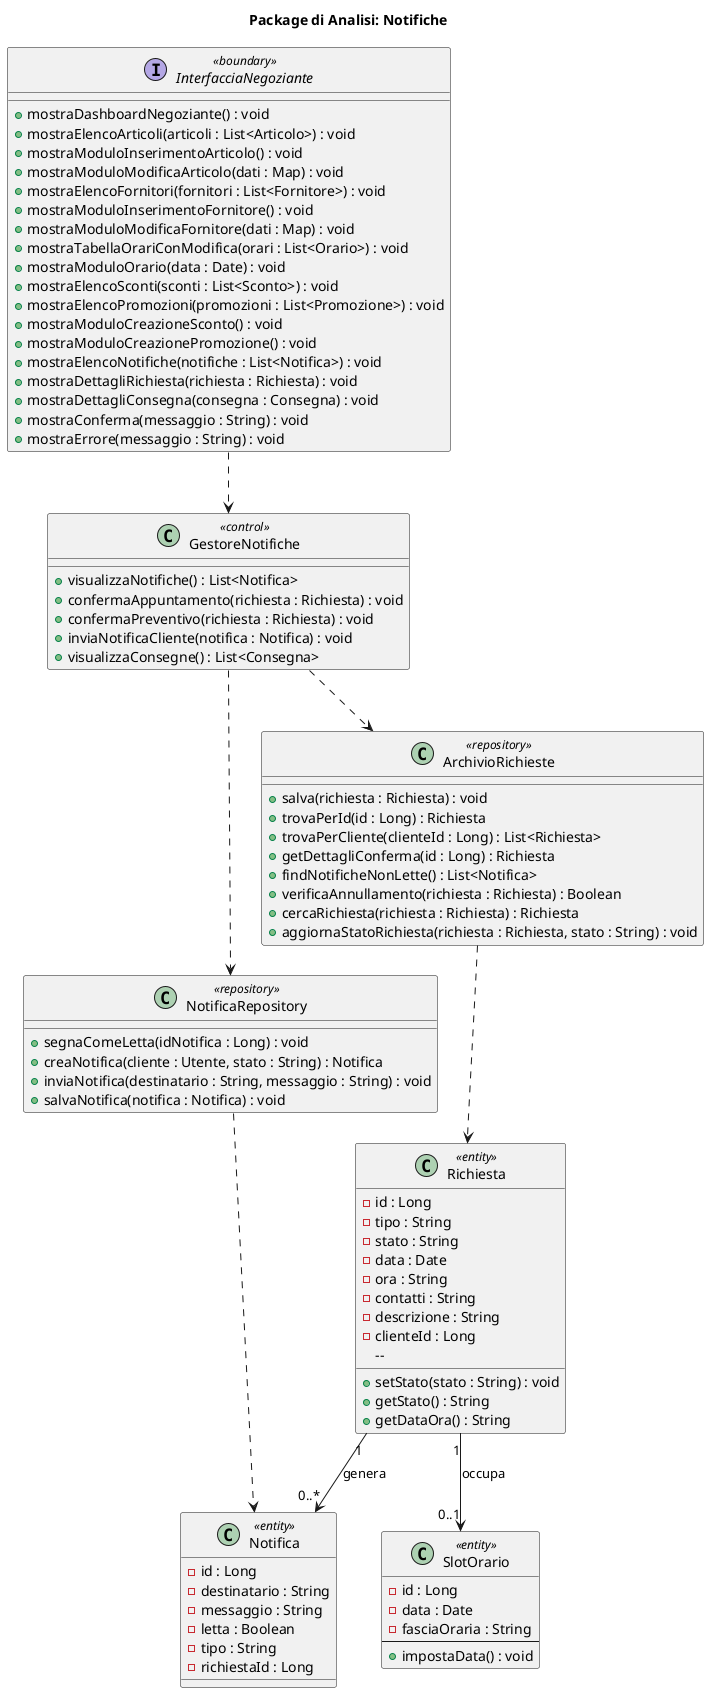
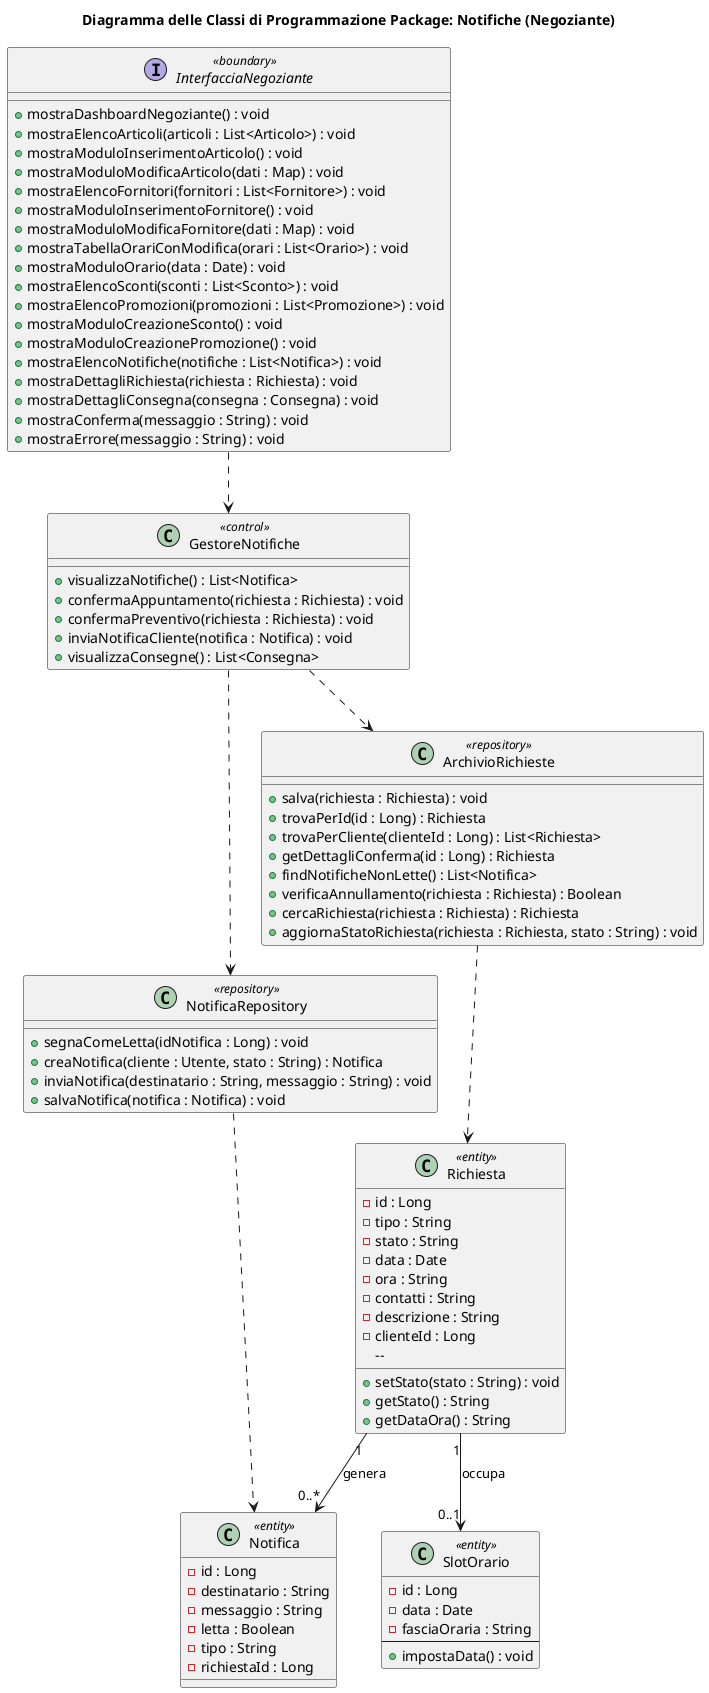
@startuml
- title Package di Analisi: Notifiche
+ title  Diagramma delle Classi di Programmazione Package: Notifiche (Negoziante)

interface InterfacciaNegoziante <<boundary>>
class GestoreNotifiche <<control>>
class NotificaRepository <<repository>>
class ArchivioRichieste <<repository>>
class SlotOrario <<entity>>

interface "InterfacciaNegoziante" <<boundary>> {
    ' Dashboard
    + mostraDashboardNegoziante() : void
    ' Gestione Catalogo
    + mostraElencoArticoli(articoli : List<Articolo>) : void
    + mostraModuloInserimentoArticolo() : void
    + mostraModuloModificaArticolo(dati : Map) : void
    ' Gestione Fornitori
    + mostraElencoFornitori(fornitori : List<Fornitore>) : void
    + mostraModuloInserimentoFornitore() : void
    + mostraModuloModificaFornitore(dati : Map) : void
    ' Gestione Orari
    + mostraTabellaOrariConModifica(orari : List<Orario>) : void
    + mostraModuloOrario(data : Date) : void
    ' Gestione Offerte
    + mostraElencoSconti(sconti : List<Sconto>) : void
    + mostraElencoPromozioni(promozioni : List<Promozione>) : void
    + mostraModuloCreazioneSconto() : void
    + mostraModuloCreazionePromozione() : void
    ' Gestione Notifiche
    + mostraElencoNotifiche(notifiche : List<Notifica>) : void
    + mostraDettagliRichiesta(richiesta : Richiesta) : void
    + mostraDettagliConsegna(consegna : Consegna) : void
    ' Messaggi comuni
    + mostraConferma(messaggio : String) : void
    + mostraErrore(messaggio : String) : void
}
class GestoreNotifiche <<control>> {
    + visualizzaNotifiche() : List<Notifica>
    + confermaAppuntamento(richiesta : Richiesta) : void
    + confermaPreventivo(richiesta : Richiesta) : void
    + inviaNotificaCliente(notifica : Notifica) : void
    + visualizzaConsegne() : List<Consegna>
}
class ArchivioRichieste <<repository>> {
    + salva(richiesta : Richiesta) : void
    + trovaPerId(id : Long) : Richiesta
    + trovaPerCliente(clienteId : Long) : List<Richiesta>
    + getDettagliConferma(id : Long) : Richiesta
    + findNotificheNonLette() : List<Notifica>
    + verificaAnnullamento(richiesta : Richiesta) : Boolean
    + cercaRichiesta(richiesta : Richiesta) : Richiesta
    + aggiornaStatoRichiesta(richiesta : Richiesta, stato : String) : void
}
class NotificaRepository <<repository>> {
    + segnaComeLetta(idNotifica : Long) : void
    + creaNotifica(cliente : Utente, stato : String) : Notifica
    + inviaNotifica(destinatario : String, messaggio : String) : void
    + salvaNotifica(notifica : Notifica) : void
}

class Richiesta <<entity>> {
    - id : Long
    - tipo : String
    - stato : String
    - data : Date
    - ora : String
    - contatti : String
    - descrizione : String
    - clienteId : Long
     --
    + setStato(stato : String) : void
    + getStato() : String
    + getDataOra() : String
}

class Notifica <<entity>> {
    - id : Long
    - destinatario : String
    - messaggio : String
    - letta : Boolean
    - tipo : String
    - richiestaId : Long
}

class SlotOrario <<entity>> {
    - id : Long
    - data : Date
    - fasciaOraria : String
    --
    + impostaData() : void
}


InterfacciaNegoziante ..> GestoreNotifiche
GestoreNotifiche ..> NotificaRepository
GestoreNotifiche ..> ArchivioRichieste
NotificaRepository ..> Notifica
ArchivioRichieste ..> Richiesta
Richiesta "1" --> "0..*" Notifica :genera
Richiesta "1" --> "0..1" SlotOrario :occupa

@enduml